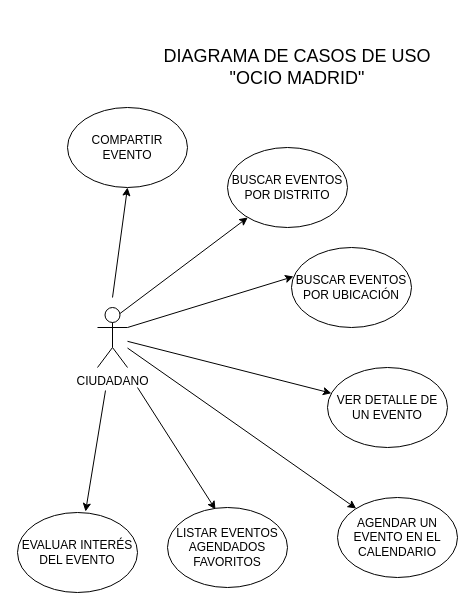
Valexx55/cursophonegap keeps this draw.io diagram as DOCUMENTACION/Diagrama casoso de uso OCIOMADRID.drawio. Above is the earlier version. Source tidied: cells renumbered, new cells numbered last; positions are measured from the earlier drawing's top-left corner, leaving out a move shared by most shapes. Both pictures are drawn from the tidied source at 100%, with x=0, y=0 at pixel (17, 17).
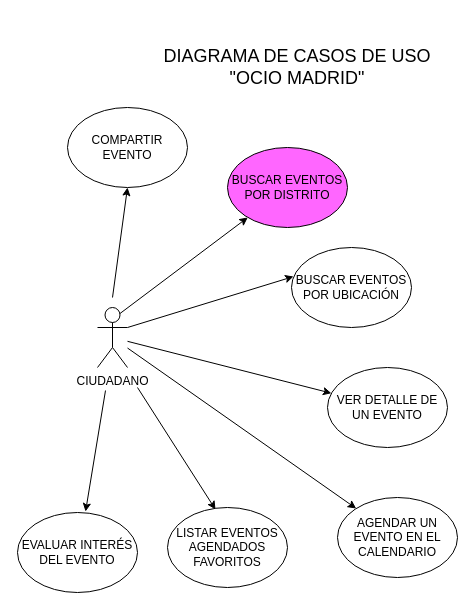
Above is the later version.

The edit, as a diff of the source:
```diff
@@
 <mxGraphModel>
   <root>
     <mxCell id="0" />
     <mxCell id="1" parent="0" />
     <mxCell id="2" value="CIUDADANO" style="shape=umlActor;verticalLabelPosition=bottom;verticalAlign=top;html=1;outlineConnect=0;" parent="1" vertex="1">
       <mxGeometry x="80" y="290" width="30" height="60" as="geometry" />
     </mxCell>
     <mxCell id="3" value="BUSCAR EVENTOS POR UBICACIÓN" style="ellipse;whiteSpace=wrap;html=1;" parent="1" vertex="1">
       <mxGeometry x="274" y="230" width="120" height="80" as="geometry" />
     </mxCell>
-    <mxCell id="4" value="BUSCAR EVENTOS POR DISTRITO" style="ellipse;whiteSpace=wrap;html=1;" parent="1" vertex="1">
+    <mxCell id="4" value="BUSCAR EVENTOS POR DISTRITO" style="ellipse;whiteSpace=wrap;html=1;fillColor=#FF66FF;" parent="1" vertex="1">
       <mxGeometry x="210" y="130" width="120" height="80" as="geometry" />
     </mxCell>
     <mxCell id="5" value="VER DETALLE DE UN EVENTO" style="ellipse;whiteSpace=wrap;html=1;" parent="1" vertex="1">
       <mxGeometry x="310" y="350" width="120" height="80" as="geometry" />
     </mxCell>
     <mxCell id="6" value="LISTAR EVENTOS AGENDADOS&lt;br&gt;FAVORITOS" style="ellipse;whiteSpace=wrap;html=1;" parent="1" vertex="1">
       <mxGeometry x="150" y="490" width="120" height="80" as="geometry" />
     </mxCell>
     <mxCell id="7" style="endArrow=classic;html=1;exitX=0.75;exitY=0.1;exitDx=0;exitDy=0;exitPerimeter=0;" parent="1" edge="1" source="2" target="4">
       <mxGeometry relative="1" as="geometry" />
     </mxCell>
     <mxCell id="8" style="endArrow=classic;html=1;exitX=1;exitY=0.3333333333333333;exitDx=0;exitDy=0;exitPerimeter=0;entryX=0.017;entryY=0.363;entryDx=0;entryDy=0;entryPerimeter=0;" parent="1" edge="1" source="2" target="3">
       <mxGeometry relative="1" as="geometry" />
     </mxCell>
     <mxCell id="9" style="endArrow=classic;html=1;" parent="1" edge="1" source="2" target="5">
       <mxGeometry relative="1" as="geometry" />
     </mxCell>
     <mxCell id="10" style="endArrow=classic;html=1;entryX=0.4;entryY=0.025;entryDx=0;entryDy=0;entryPerimeter=0;" parent="1" edge="1" target="6">
       <mxGeometry relative="1" as="geometry">
         <mxPoint x="120" y="370" as="sourcePoint" />
       </mxGeometry>
     </mxCell>
     <mxCell id="11" value="&lt;font style=&quot;font-size: 18px&quot;&gt;DIAGRAMA DE CASOS DE USO&lt;br&gt;&quot;OCIO MADRID&quot;&lt;/font&gt;" style="text;html=1;strokeColor=none;fillColor=none;align=center;verticalAlign=middle;whiteSpace=wrap;rounded=0;" parent="1" vertex="1">
       <mxGeometry x="120" width="320" height="100" as="geometry" />
     </mxCell>
     <mxCell id="12" value="AGENDAR UN EVENTO EN EL CALENDARIO" style="ellipse;whiteSpace=wrap;html=1;" parent="1" vertex="1">
       <mxGeometry x="320" y="480" width="120" height="80" as="geometry" />
     </mxCell>
     <mxCell id="13" style="endArrow=classic;html=1;" parent="1" edge="1" source="2" target="12">
       <mxGeometry relative="1" as="geometry" />
     </mxCell>
     <mxCell id="14" value="EVALUAR INTERÉS&lt;br&gt;DEL EVENTO" style="ellipse;whiteSpace=wrap;html=1;" parent="1" vertex="1">
       <mxGeometry y="495" width="120" height="80" as="geometry" />
     </mxCell>
     <mxCell id="15" style="endArrow=classic;html=1;entryX=0.567;entryY=-0.012;entryDx=0;entryDy=0;entryPerimeter=0;" parent="1" edge="1" target="14">
       <mxGeometry relative="1" as="geometry">
         <mxPoint x="88" y="373" as="sourcePoint" />
       </mxGeometry>
     </mxCell>
     <mxCell id="16" value="COMPARTIR&lt;br&gt;EVENTO" style="ellipse;whiteSpace=wrap;html=1;" parent="1" vertex="1">
       <mxGeometry x="50" y="90" width="120" height="80" as="geometry" />
     </mxCell>
     <mxCell id="17" style="endArrow=classic;html=1;entryX=0.5;entryY=1;entryDx=0;entryDy=0;" parent="1" edge="1" target="16">
       <mxGeometry relative="1" as="geometry">
         <mxPoint x="95" y="280" as="sourcePoint" />
       </mxGeometry>
     </mxCell>
   </root>
 </mxGraphModel>
```
